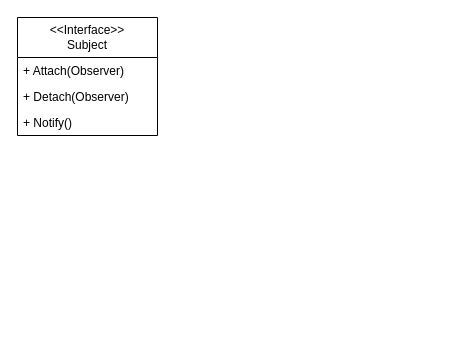
This is A3_2.drawio from critschris/COMP-354, a draw.io file, before an edit. Source tidied: cells renumbered, new cells numbered last; positions are measured from the earlier drawing's top-left corner, leaving out a move shared by most shapes. Both pictures are drawn from the tidied source at 100%, with x=0, y=0 at pixel (17, 17).
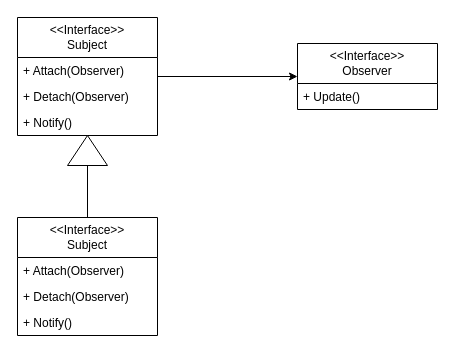
After the change.

Change to the diagram source:
```diff
@@
 <mxGraphModel>
   <root>
     <mxCell id="0" />
     <mxCell id="1" parent="0" />
+    <mxCell id="6" style="edgeStyle=orthogonalEdgeStyle;rounded=0;jettySize=auto;html=1;entryX=0;entryY=0.5;entryDx=0;entryDy=0;" parent="1" edge="1" source="2" target="7">
+      <mxGeometry relative="1" as="geometry" />
+    </mxCell>
     <mxCell id="2" value="&amp;lt;&amp;lt;Interface&amp;gt;&amp;gt;&lt;div&gt;Subject&lt;/div&gt;" style="swimlane;fontStyle=0;horizontal=1;startSize=40;fillColor=none;whiteSpace=wrap;html=1;" parent="1" vertex="1">
       <mxGeometry width="140" height="118" as="geometry" />
     </mxCell>
     <mxCell id="3" value="+ Attach(Observer)" style="text;strokeColor=none;fillColor=none;align=left;verticalAlign=top;spacingLeft=4;spacingRight=4;overflow=hidden;whiteSpace=wrap;html=1;" parent="2" vertex="1">
       <mxGeometry y="40" width="140" height="26" as="geometry" />
     </mxCell>
     <mxCell id="4" value="+ Detach(Observer)" style="text;strokeColor=none;fillColor=none;align=left;verticalAlign=top;spacingLeft=4;spacingRight=4;overflow=hidden;whiteSpace=wrap;html=1;" parent="2" vertex="1">
       <mxGeometry y="66" width="140" height="26" as="geometry" />
     </mxCell>
     <mxCell id="5" value="+ Notify()" style="text;strokeColor=none;fillColor=none;align=left;verticalAlign=top;spacingLeft=4;spacingRight=4;overflow=hidden;whiteSpace=wrap;html=1;" parent="2" vertex="1">
       <mxGeometry y="92" width="140" height="26" as="geometry" />
     </mxCell>
+    <mxCell id="7" value="&amp;lt;&amp;lt;Interface&amp;gt;&amp;gt;&lt;div&gt;Observer&lt;/div&gt;" style="swimlane;fontStyle=0;horizontal=1;startSize=40;fillColor=none;whiteSpace=wrap;html=1;" parent="1" vertex="1">
+      <mxGeometry x="280" y="26" width="140" height="66" as="geometry" />
+    </mxCell>
+    <mxCell id="8" value="+ Update()" style="text;strokeColor=none;fillColor=none;align=left;verticalAlign=top;spacingLeft=4;spacingRight=4;overflow=hidden;whiteSpace=wrap;html=1;" parent="7" vertex="1">
+      <mxGeometry y="40" width="140" height="26" as="geometry" />
+    </mxCell>
+    <mxCell id="9" style="edgeStyle=orthogonalEdgeStyle;rounded=0;jettySize=auto;html=1;entryX=0.5;entryY=1;entryDx=0;entryDy=0;endArrow=none;startFill=0;" parent="1" edge="1" source="10" target="2">
+      <mxGeometry relative="1" as="geometry" />
+    </mxCell>
+    <mxCell id="10" value="&amp;lt;&amp;lt;Interface&amp;gt;&amp;gt;&lt;div&gt;Subject&lt;/div&gt;" style="swimlane;fontStyle=0;horizontal=1;startSize=40;fillColor=none;whiteSpace=wrap;html=1;" parent="1" vertex="1">
+      <mxGeometry y="200" width="140" height="118" as="geometry" />
+    </mxCell>
+    <mxCell id="11" value="+ Attach(Observer)" style="text;strokeColor=none;fillColor=none;align=left;verticalAlign=top;spacingLeft=4;spacingRight=4;overflow=hidden;whiteSpace=wrap;html=1;" parent="10" vertex="1">
+      <mxGeometry y="40" width="140" height="26" as="geometry" />
+    </mxCell>
+    <mxCell id="12" value="+ Detach(Observer)" style="text;strokeColor=none;fillColor=none;align=left;verticalAlign=top;spacingLeft=4;spacingRight=4;overflow=hidden;whiteSpace=wrap;html=1;" parent="10" vertex="1">
+      <mxGeometry y="66" width="140" height="26" as="geometry" />
+    </mxCell>
+    <mxCell id="13" value="+ Notify()" style="text;strokeColor=none;fillColor=none;align=left;verticalAlign=top;spacingLeft=4;spacingRight=4;overflow=hidden;whiteSpace=wrap;html=1;" parent="10" vertex="1">
+      <mxGeometry y="92" width="140" height="26" as="geometry" />
+    </mxCell>
+    <mxCell id="14" style="triangle;whiteSpace=wrap;html=1;rotation=-90;" parent="1" vertex="1">
+      <mxGeometry x="55" y="113" width="30" height="40" as="geometry" />
+    </mxCell>
   </root>
 </mxGraphModel>
```
